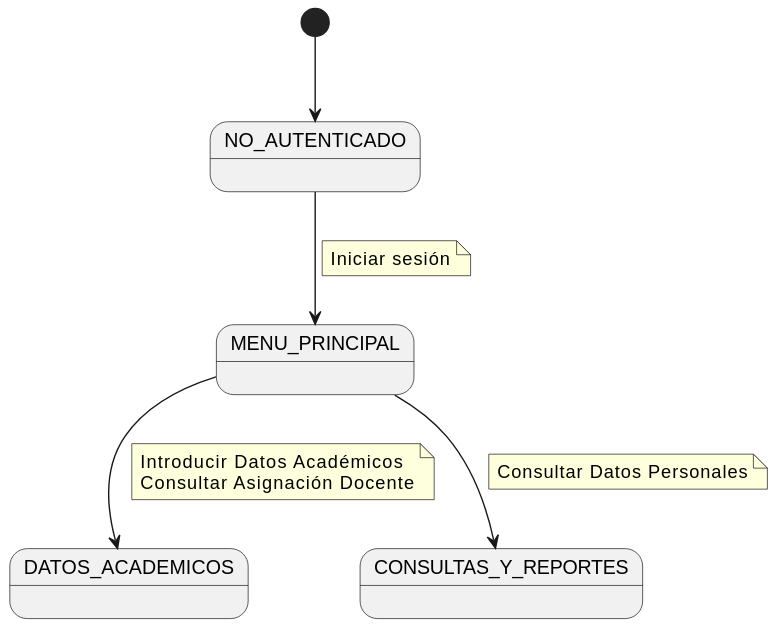
Before: images/modelosUML/CdU/DiagramaDeContexto/Profesor.svg, a diagram exported from PlantUML (mmasias/24-25-IdSw1-SDR).
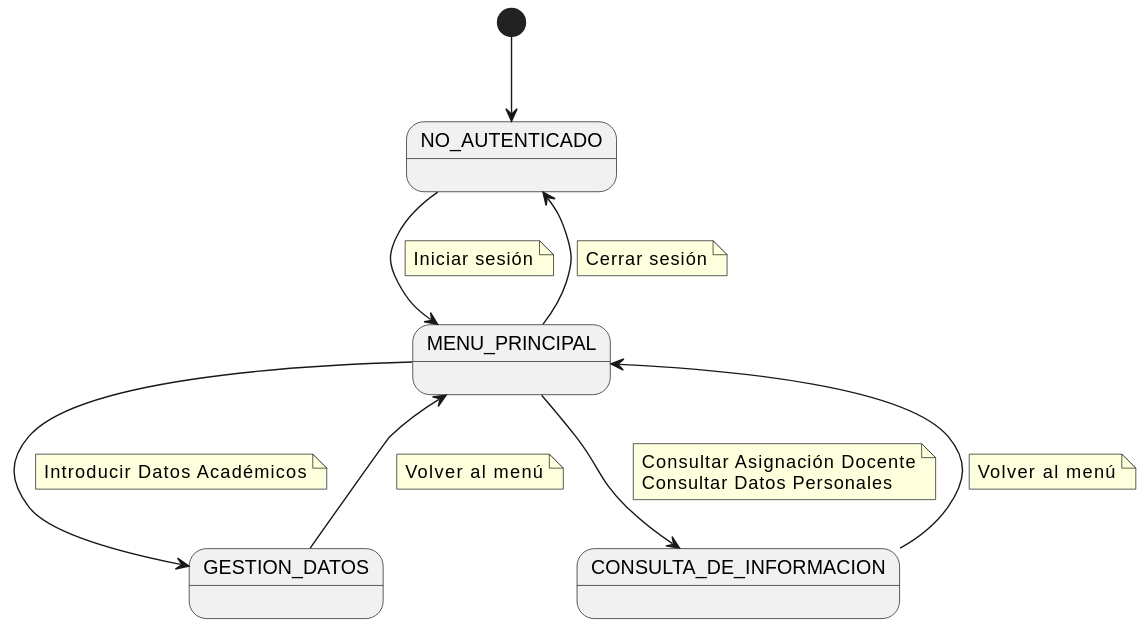
The same file after the commit.

Diff of the diagram source:
```diff
@@ -1,24 +1,39 @@
 @startuml
 state "NO_AUTENTICADO" as NoAuth
 state "MENU_PRINCIPAL" as Menu
-state "DATOS_ACADEMICOS" as Acad
-state "CONSULTAS_Y_REPORTES" as Cons
+state "GESTION_DATOS" as Dat
+state "CONSULTA_DE_INFORMACION" as Inf
 
 [*] --> NoAuth
 
 NoAuth --> Menu
-    note on link
-        Iniciar sesión
-    end note
+note on link
+    Iniciar sesión
+end note
 
-Menu --> Acad
-    note on link
-        Introducir Datos Académicos
-        Consultar Asignación Docente
-    end note
+Menu --> Dat
+note on link
+  Introducir Datos Académicos
+end note
 
-Menu --> Cons
-    note on link
-       Consultar Datos Personales
-    end note
+Menu --> Inf
+note on link
+  Consultar Asignación Docente
+  Consultar Datos Personales
+end note
+
+Dat --> Menu
+note on link
+    Volver al menú
+end note
+
+Inf --> Menu
+note on link
+    Volver al menú
+end note
+
+Menu --> NoAuth
+note on link
+    Cerrar sesión
+end note
 @enduml
```
